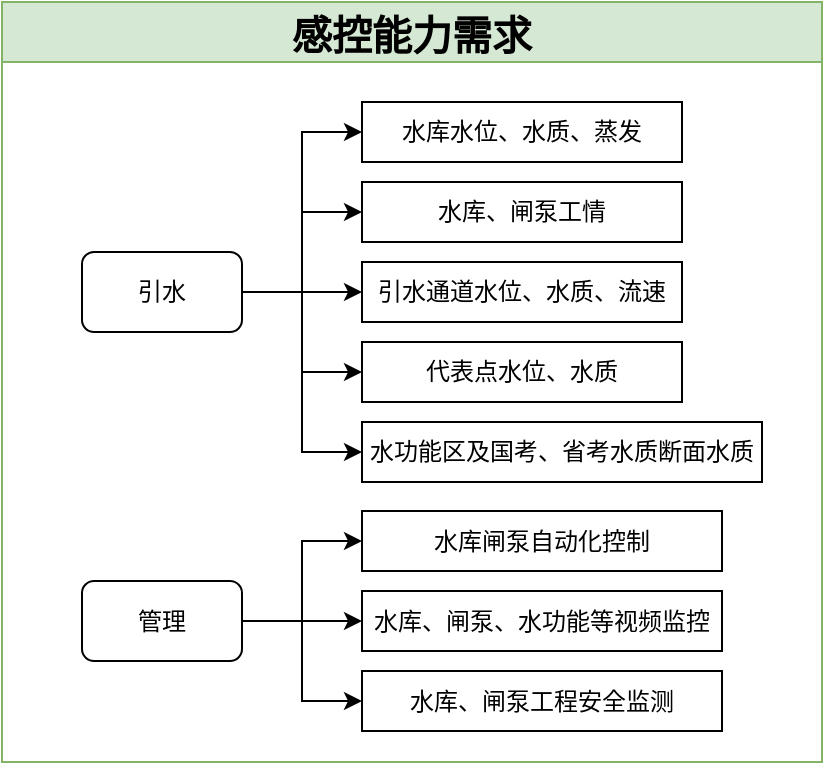
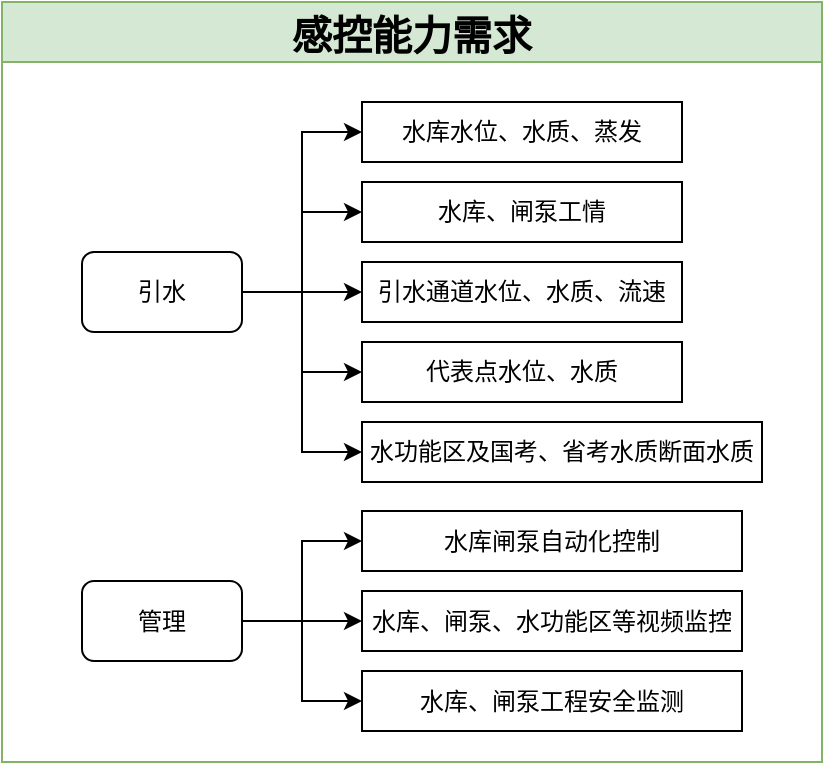
- <mxfile host="app.diagrams.net" modified="2021-09-24T02:02:30.673Z" agent="5.0 (Windows NT 10.0; Win64; x64) AppleWebKit/537.36 (KHTML, like Gecko) Chrome/93.0.4577.82 Safari/537.36 Edg/93.0.961.52" etag="m_3rzWg1rvXtgg7_cmfl" version="15.3.0" type="github">
+ <mxfile host="app.diagrams.net" modified="2021-09-24T07:25:05.124Z" agent="5.0 (Windows NT 10.0; Win64; x64) AppleWebKit/537.36 (KHTML, like Gecko) Chrome/93.0.4577.82 Safari/537.36 Edg/93.0.961.52" etag="MyW6ILlwiGs24fhHxkFy" version="15.3.0" type="github">
  <diagram name="Page-1" id="12e1b939-464a-85fe-373e-61e167be1490">
    <mxGraphModel dx="821" dy="436" grid="1" gridSize="10" guides="1" tooltips="1" connect="1" arrows="1" fold="1" page="1" pageScale="1.5" pageWidth="1169" pageHeight="826" background="#ffffff" math="0" shadow="0">
      <root>
        <mxCell id="0" />
        <mxCell id="1" parent="0" />
        <mxCell id="4yEsDAasBe2JctTl3ckU-1" value="感控能力需求" style="swimlane;startSize=30;horizontal=1;containerType=tree;newEdgeStyle={&quot;edgeStyle&quot;:&quot;elbowEdgeStyle&quot;,&quot;startArrow&quot;:&quot;none&quot;,&quot;endArrow&quot;:&quot;none&quot;};fontSize=20;fillColor=#d5e8d4;strokeColor=#82b366;" vertex="1" parent="1">
          <mxGeometry x="520" y="270" width="410" height="380" as="geometry" />
        </mxCell>
        <mxCell id="4yEsDAasBe2JctTl3ckU-25" style="edgeStyle=orthogonalEdgeStyle;rounded=0;orthogonalLoop=1;jettySize=auto;html=1;entryX=0;entryY=0.5;entryDx=0;entryDy=0;fontSize=20;" edge="1" parent="4yEsDAasBe2JctTl3ckU-1" source="4yEsDAasBe2JctTl3ckU-4" target="4yEsDAasBe2JctTl3ckU-5">
          <mxGeometry relative="1" as="geometry" />
        </mxCell>
        <mxCell id="4yEsDAasBe2JctTl3ckU-26" style="edgeStyle=orthogonalEdgeStyle;rounded=0;orthogonalLoop=1;jettySize=auto;html=1;entryX=0;entryY=0.5;entryDx=0;entryDy=0;fontSize=20;" edge="1" parent="4yEsDAasBe2JctTl3ckU-1" source="4yEsDAasBe2JctTl3ckU-4" target="4yEsDAasBe2JctTl3ckU-6">
          <mxGeometry relative="1" as="geometry" />
        </mxCell>
        <mxCell id="4yEsDAasBe2JctTl3ckU-27" style="edgeStyle=orthogonalEdgeStyle;rounded=0;orthogonalLoop=1;jettySize=auto;html=1;entryX=0;entryY=0.5;entryDx=0;entryDy=0;fontSize=20;" edge="1" parent="4yEsDAasBe2JctTl3ckU-1" source="4yEsDAasBe2JctTl3ckU-4" target="4yEsDAasBe2JctTl3ckU-11">
          <mxGeometry relative="1" as="geometry" />
        </mxCell>
        <mxCell id="4yEsDAasBe2JctTl3ckU-28" style="edgeStyle=orthogonalEdgeStyle;rounded=0;orthogonalLoop=1;jettySize=auto;html=1;entryX=0;entryY=0.5;entryDx=0;entryDy=0;fontSize=20;" edge="1" parent="4yEsDAasBe2JctTl3ckU-1" source="4yEsDAasBe2JctTl3ckU-4" target="4yEsDAasBe2JctTl3ckU-12">
          <mxGeometry relative="1" as="geometry" />
        </mxCell>
        <mxCell id="4yEsDAasBe2JctTl3ckU-29" style="edgeStyle=orthogonalEdgeStyle;rounded=0;orthogonalLoop=1;jettySize=auto;html=1;entryX=0;entryY=0.5;entryDx=0;entryDy=0;fontSize=20;" edge="1" parent="4yEsDAasBe2JctTl3ckU-1" source="4yEsDAasBe2JctTl3ckU-4" target="4yEsDAasBe2JctTl3ckU-21">
          <mxGeometry relative="1" as="geometry" />
        </mxCell>
        <UserObject label="引水" treeRoot="1" id="4yEsDAasBe2JctTl3ckU-4">
          <mxCell style="whiteSpace=wrap;html=1;align=center;treeFolding=1;treeMoving=1;newEdgeStyle={&quot;edgeStyle&quot;:&quot;elbowEdgeStyle&quot;,&quot;startArrow&quot;:&quot;none&quot;,&quot;endArrow&quot;:&quot;none&quot;};rounded=1;" vertex="1" parent="4yEsDAasBe2JctTl3ckU-1">
            <mxGeometry x="40" y="125" width="80" height="40" as="geometry" />
          </mxCell>
        </UserObject>
        <mxCell id="4yEsDAasBe2JctTl3ckU-5" value="水库水位、水质、蒸发" style="whiteSpace=wrap;html=1;align=center;verticalAlign=middle;treeFolding=1;treeMoving=1;newEdgeStyle={&quot;edgeStyle&quot;:&quot;elbowEdgeStyle&quot;,&quot;startArrow&quot;:&quot;none&quot;,&quot;endArrow&quot;:&quot;none&quot;};" vertex="1" parent="4yEsDAasBe2JctTl3ckU-1">
          <mxGeometry x="180" y="50" width="160" height="30" as="geometry" />
        </mxCell>
        <mxCell id="4yEsDAasBe2JctTl3ckU-6" value="水库、闸泵工情" style="whiteSpace=wrap;html=1;align=center;verticalAlign=middle;treeFolding=1;treeMoving=1;newEdgeStyle={&quot;edgeStyle&quot;:&quot;elbowEdgeStyle&quot;,&quot;startArrow&quot;:&quot;none&quot;,&quot;endArrow&quot;:&quot;none&quot;};" vertex="1" parent="4yEsDAasBe2JctTl3ckU-1">
          <mxGeometry x="180" y="90" width="160" height="30" as="geometry" />
        </mxCell>
        <mxCell id="4yEsDAasBe2JctTl3ckU-11" value="引水通道水位、水质、流速" style="whiteSpace=wrap;html=1;align=center;verticalAlign=middle;treeFolding=1;treeMoving=1;newEdgeStyle={&quot;edgeStyle&quot;:&quot;elbowEdgeStyle&quot;,&quot;startArrow&quot;:&quot;none&quot;,&quot;endArrow&quot;:&quot;none&quot;};" vertex="1" parent="4yEsDAasBe2JctTl3ckU-1">
          <mxGeometry x="180" y="130" width="160" height="30" as="geometry" />
        </mxCell>
        <mxCell id="4yEsDAasBe2JctTl3ckU-12" value="代表点水位、水质" style="whiteSpace=wrap;html=1;align=center;verticalAlign=middle;treeFolding=1;treeMoving=1;newEdgeStyle={&quot;edgeStyle&quot;:&quot;elbowEdgeStyle&quot;,&quot;startArrow&quot;:&quot;none&quot;,&quot;endArrow&quot;:&quot;none&quot;};" vertex="1" parent="4yEsDAasBe2JctTl3ckU-1">
          <mxGeometry x="180" y="170" width="160" height="30" as="geometry" />
        </mxCell>
        <mxCell id="4yEsDAasBe2JctTl3ckU-21" value="水功能区及国考、省考水质断面水质" style="whiteSpace=wrap;html=1;align=center;verticalAlign=middle;treeFolding=1;treeMoving=1;newEdgeStyle={&quot;edgeStyle&quot;:&quot;elbowEdgeStyle&quot;,&quot;startArrow&quot;:&quot;none&quot;,&quot;endArrow&quot;:&quot;none&quot;};" vertex="1" parent="4yEsDAasBe2JctTl3ckU-1">
          <mxGeometry x="180" y="210" width="200" height="30" as="geometry" />
        </mxCell>
        <UserObject label="管理" treeRoot="1" id="4yEsDAasBe2JctTl3ckU-35">
          <mxCell style="whiteSpace=wrap;html=1;align=center;treeFolding=1;treeMoving=1;newEdgeStyle={&quot;edgeStyle&quot;:&quot;elbowEdgeStyle&quot;,&quot;startArrow&quot;:&quot;none&quot;,&quot;endArrow&quot;:&quot;none&quot;};rounded=1;" vertex="1" parent="4yEsDAasBe2JctTl3ckU-1">
            <mxGeometry x="40" y="289.5" width="80" height="40" as="geometry" />
          </mxCell>
        </UserObject>
        <mxCell id="4yEsDAasBe2JctTl3ckU-36" value="水库闸泵自动化控制" style="whiteSpace=wrap;html=1;align=center;verticalAlign=middle;treeFolding=1;treeMoving=1;newEdgeStyle={&quot;edgeStyle&quot;:&quot;elbowEdgeStyle&quot;,&quot;startArrow&quot;:&quot;none&quot;,&quot;endArrow&quot;:&quot;none&quot;};" vertex="1" parent="4yEsDAasBe2JctTl3ckU-1">
-           <mxGeometry x="180" y="254.5" width="180" height="30" as="geometry" />
+           <mxGeometry x="180" y="254.5" width="190" height="30" as="geometry" />
        </mxCell>
        <mxCell id="4yEsDAasBe2JctTl3ckU-30" style="edgeStyle=orthogonalEdgeStyle;rounded=0;orthogonalLoop=1;jettySize=auto;html=1;entryX=0;entryY=0.5;entryDx=0;entryDy=0;fontSize=20;" edge="1" parent="4yEsDAasBe2JctTl3ckU-1" source="4yEsDAasBe2JctTl3ckU-35" target="4yEsDAasBe2JctTl3ckU-36">
          <mxGeometry relative="1" as="geometry" />
        </mxCell>
-         <mxCell id="4yEsDAasBe2JctTl3ckU-37" value="水库、闸泵、水功能等视频监控" style="whiteSpace=wrap;html=1;align=center;verticalAlign=middle;treeFolding=1;treeMoving=1;newEdgeStyle={&quot;edgeStyle&quot;:&quot;elbowEdgeStyle&quot;,&quot;startArrow&quot;:&quot;none&quot;,&quot;endArrow&quot;:&quot;none&quot;};" vertex="1" parent="4yEsDAasBe2JctTl3ckU-1">
-           <mxGeometry x="180" y="294.5" width="180" height="30" as="geometry" />
+         <mxCell id="4yEsDAasBe2JctTl3ckU-37" value="水库、闸泵、水功能区等视频监控" style="whiteSpace=wrap;html=1;align=center;verticalAlign=middle;treeFolding=1;treeMoving=1;newEdgeStyle={&quot;edgeStyle&quot;:&quot;elbowEdgeStyle&quot;,&quot;startArrow&quot;:&quot;none&quot;,&quot;endArrow&quot;:&quot;none&quot;};" vertex="1" parent="4yEsDAasBe2JctTl3ckU-1">
+           <mxGeometry x="180" y="294.5" width="190" height="30" as="geometry" />
        </mxCell>
        <mxCell id="4yEsDAasBe2JctTl3ckU-31" style="edgeStyle=orthogonalEdgeStyle;rounded=0;orthogonalLoop=1;jettySize=auto;html=1;entryX=0;entryY=0.5;entryDx=0;entryDy=0;fontSize=20;" edge="1" parent="4yEsDAasBe2JctTl3ckU-1" source="4yEsDAasBe2JctTl3ckU-35" target="4yEsDAasBe2JctTl3ckU-37">
          <mxGeometry relative="1" as="geometry" />
        </mxCell>
        <mxCell id="4yEsDAasBe2JctTl3ckU-38" value="水库、闸泵工程安全监测" style="whiteSpace=wrap;html=1;align=center;verticalAlign=middle;treeFolding=1;treeMoving=1;newEdgeStyle={&quot;edgeStyle&quot;:&quot;elbowEdgeStyle&quot;,&quot;startArrow&quot;:&quot;none&quot;,&quot;endArrow&quot;:&quot;none&quot;};" vertex="1" parent="4yEsDAasBe2JctTl3ckU-1">
-           <mxGeometry x="180" y="334.5" width="180" height="30" as="geometry" />
+           <mxGeometry x="180" y="334.5" width="190" height="30" as="geometry" />
        </mxCell>
        <mxCell id="4yEsDAasBe2JctTl3ckU-32" style="edgeStyle=orthogonalEdgeStyle;rounded=0;orthogonalLoop=1;jettySize=auto;html=1;entryX=0;entryY=0.5;entryDx=0;entryDy=0;fontSize=20;" edge="1" parent="4yEsDAasBe2JctTl3ckU-1" source="4yEsDAasBe2JctTl3ckU-35" target="4yEsDAasBe2JctTl3ckU-38">
          <mxGeometry relative="1" as="geometry" />
        </mxCell>
      </root>
    </mxGraphModel>
  </diagram>
</mxfile>
